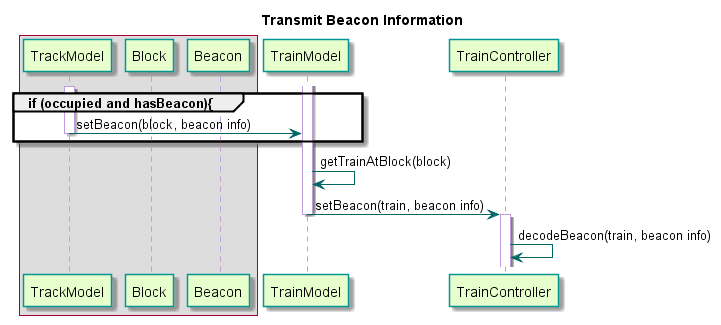
This is TrainSystem/yUML/Sequence Diagrams/TrackModel/TransmitBeaconInformation-TrackModel.png from kevingilboy/COE1186, a PlantUML export, as it was before one commit. The source it was exported from:
```plantuml
@startuml

title Transmit Beacon Information

skinparam noteBorderColor #049595

skinparam sequence {
	BackgroundColor transparent
	ParticipantBackgroundColor #e6ffcc
	ParticipantBorderColor 	#049595
	PackageBorderCOlor  #049595
	ArrowColor #006666
	LifeLineBorderColor #c09cd9
}

box
	participant TrackModel
	participant Block
	participant Beacon
end box

participant TrainModel
participant TrainController

activate TrackModel

group if (occupied and hasBeacon){
TrackModel -> TrainModel : setBeacon(block, beacon info)
deactivate TrackModel

end


activate TrainModel
TrainModel -> TrainModel : getTrainAtBlock(block)
TrainModel -> TrainController : setBeacon(train, beacon info)
deactivate TrainModel
activate TrainController
TrainController -> TrainController : decodeBeacon(train, beacon info)

@enduml
```
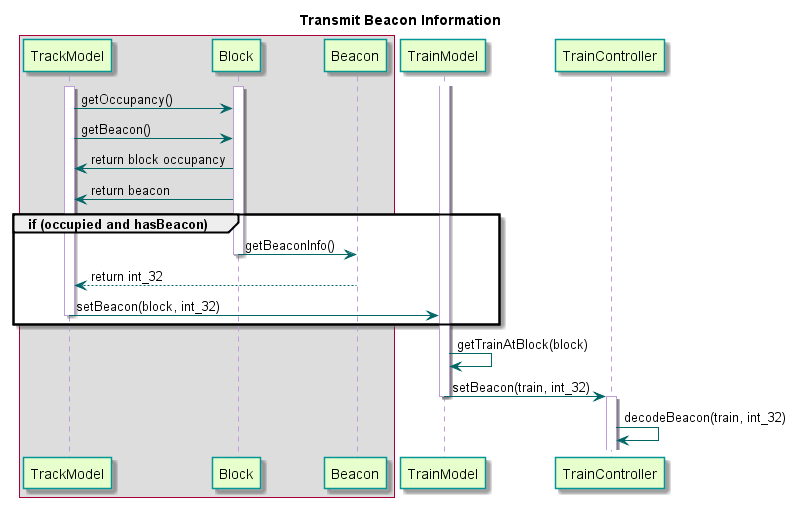
Later version of the same file.

Commit message:
added TrackModel sequence for transmitting beacon info

Diff of the diagram source:
```diff
@@ -24,18 +24,31 @@
 
 activate TrackModel
 
-group if (occupied and hasBeacon){
-TrackModel -> TrainModel : setBeacon(block, beacon info)
-deactivate TrackModel
+
+activate Block
+TrackModel -> Block : getOccupancy()
+TrackModel -> Block : getBeacon()
+Block -> TrackModel : return block occupancy
+Block -> TrackModel : return beacon
+
+group if (occupied and hasBeacon)
+
+	Block -> Beacon : getBeaconInfo()
+	deactivate Block
+
+	Beacon --> TrackModel : return int_32
+	TrackModel -> TrainModel : setBeacon(block, int_32)
+
+	deactivate TrackModel
 
 end
 
 
 activate TrainModel
 TrainModel -> TrainModel : getTrainAtBlock(block)
-TrainModel -> TrainController : setBeacon(train, beacon info)
+TrainModel -> TrainController : setBeacon(train, int_32)
 deactivate TrainModel
 activate TrainController
-TrainController -> TrainController : decodeBeacon(train, beacon info)
+TrainController -> TrainController : decodeBeacon(train, int_32)
 
 @enduml
```
